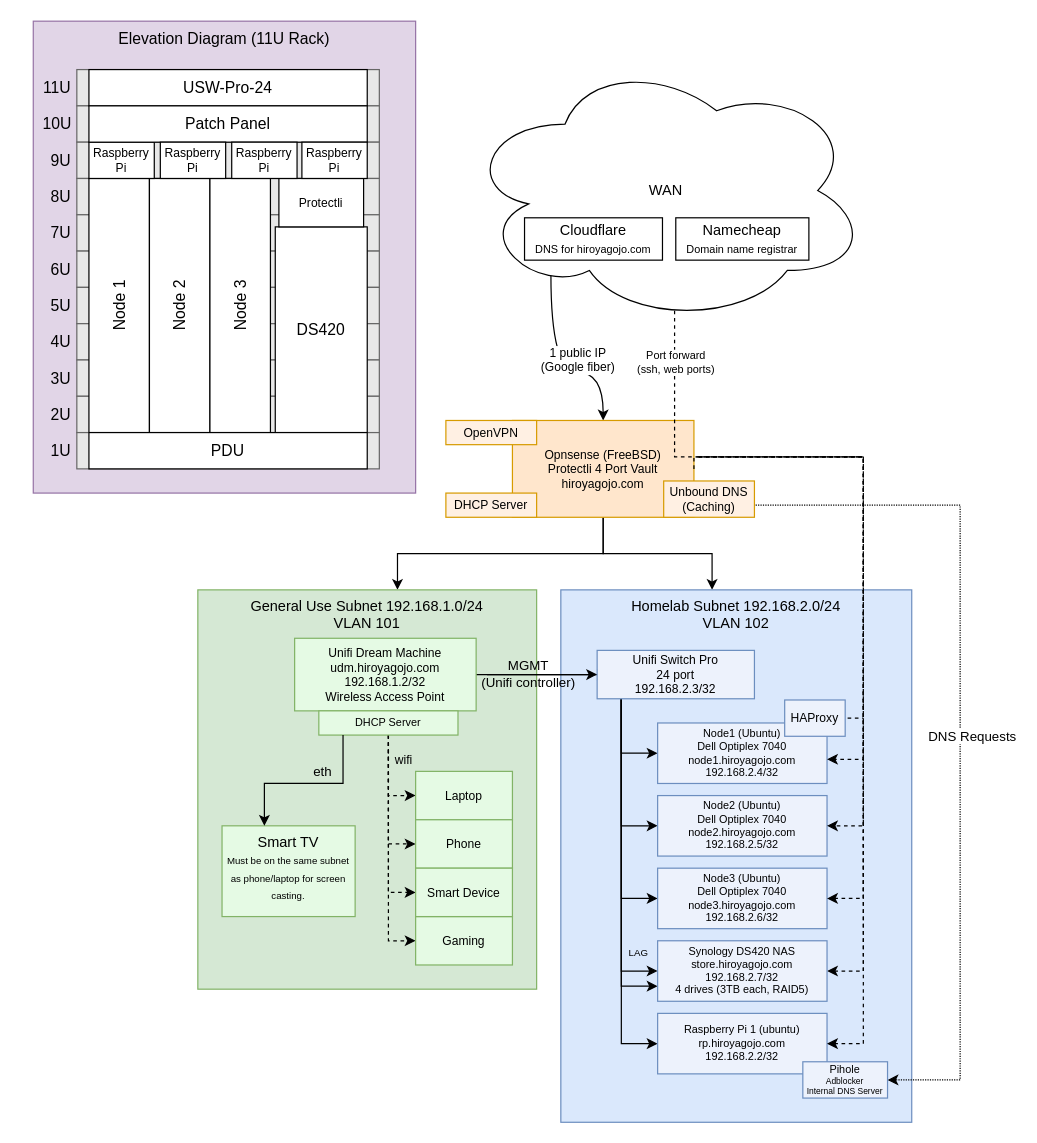
The draw.io diagram homelab.drawio in HiDoYa/homelab, before the edit. Source tidied: cells renumbered, new cells numbered last; positions are measured from the earlier drawing's top-left corner, leaving out a move shared by most shapes. Both pictures are drawn from the tidied source at 121%, with x=0, y=0 at pixel (21, 21).
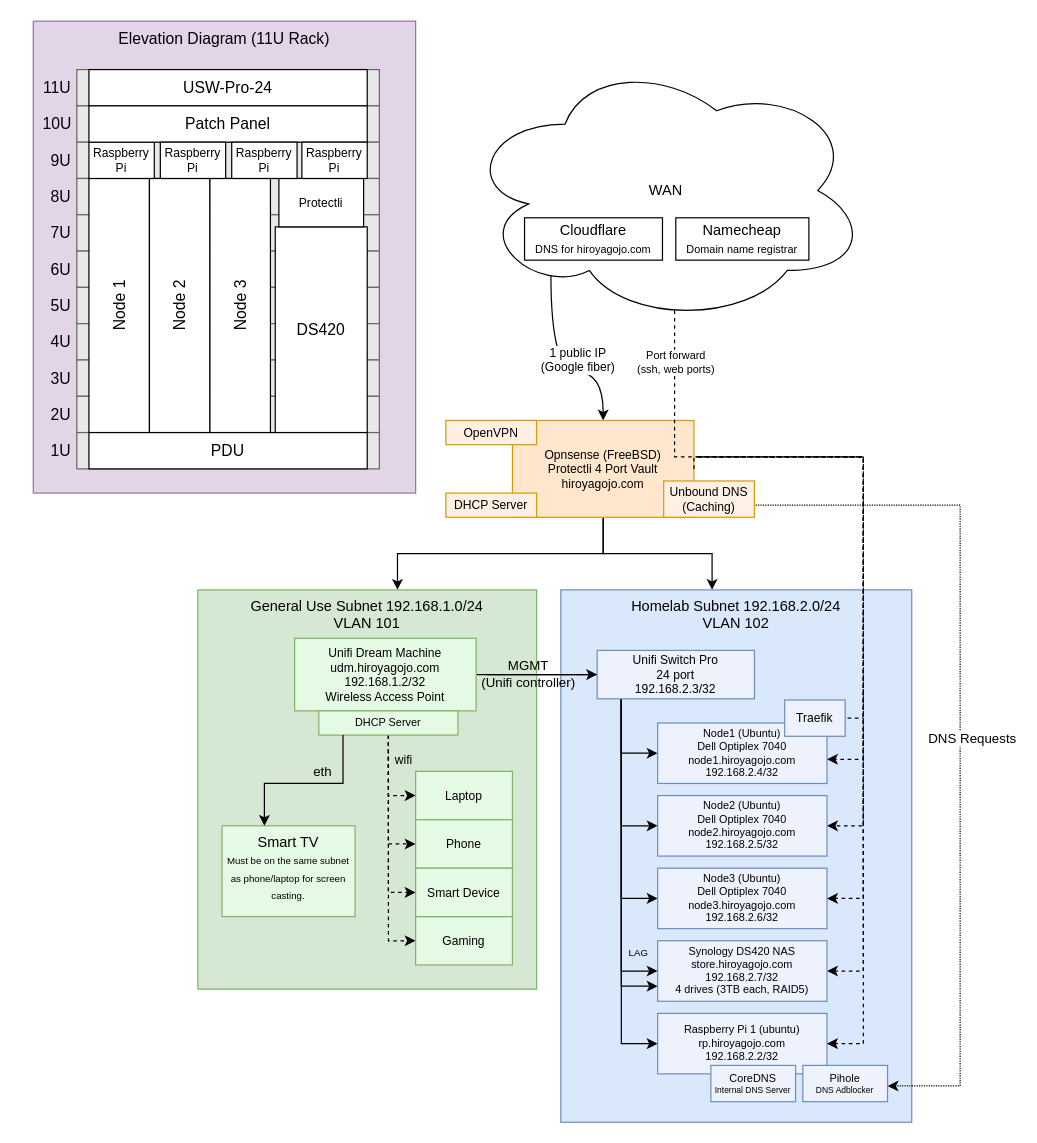
After the change.

The change refers to these unchanged cells:
```xml
<mxCell id="45" value="Unbound DNS&lt;br&gt;(Caching)" style="rounded=0;whiteSpace=wrap;html=1;fontSize=10;fillColor=#FFF0E3;strokeColor=#d79b00;" parent="1" vertex="1">
  <mxGeometry x="531" y="380" width="75" height="30" as="geometry" />
</mxCell>
```

What changed in the source:
```diff
@@
-    <mxCell id="18" value="DNS Requests" style="edgeStyle=orthogonalEdgeStyle;rounded=0;jettySize=auto;html=1;entryX=1;entryY=0.5;entryDx=0;entryDy=0;fontSize=11;exitX=1;exitY=0.5;exitDx=0;exitDy=0;dashed=1;dashPattern=1 1;" parent="1" edge="1" source="45" target="58">
+    <mxCell id="18" value="DNS Requests" style="edgeStyle=orthogonalEdgeStyle;rounded=0;jettySize=auto;html=1;fontSize=11;exitX=1;exitY=0.5;exitDx=0;exitDy=0;dashed=1;dashPattern=1 1;" parent="1" edge="1" source="45" target="58">
       <mxGeometry x="0.03" y="10" relative="1" as="geometry">
         <Array as="points">
+          <mxPoint x="606" y="400" />
           <mxPoint x="776" y="400" />
-          <mxPoint x="776" y="875" />
+          <mxPoint x="776" y="880" />
         </Array>
       </mxGeometry>
     </mxCell>
@@
-    <mxCell id="58" value="&lt;font style=&quot;&quot;&gt;&lt;font style=&quot;font-size: 9px;&quot;&gt;Pihole&lt;/font&gt;&lt;br style=&quot;&quot;&gt;&lt;/font&gt;&lt;font style=&quot;font-size: 7px;&quot;&gt;Adblocker&lt;br style=&quot;&quot;&gt;Internal DNS Server&lt;/font&gt;" style="rounded=0;whiteSpace=wrap;html=1;fontSize=6;fillColor=#EDF2FC;strokeColor=#6c8ebf;" parent="1" vertex="1">
-      <mxGeometry x="646" y="860" width="70" height="30" as="geometry" />
+    <mxCell id="58" value="&lt;font style=&quot;&quot;&gt;&lt;font style=&quot;font-size: 9px;&quot;&gt;Pihole&lt;/font&gt;&lt;br style=&quot;&quot;&gt;&lt;/font&gt;&lt;font style=&quot;font-size: 7px;&quot;&gt;DNS Adblocker&lt;br&gt;&lt;/font&gt;" style="rounded=0;whiteSpace=wrap;html=1;fontSize=6;fillColor=#EDF2FC;strokeColor=#6c8ebf;" parent="1" vertex="1">
+      <mxGeometry x="646" y="863" width="70" height="30" as="geometry" />
     </mxCell>
@@
-    <mxCell id="85" value="&lt;font size=&quot;1&quot;&gt;HAProxy&lt;/font&gt;" style="rounded=0;whiteSpace=wrap;html=1;fontSize=6;fillColor=#EDF2FC;strokeColor=#6c8ebf;" parent="1" vertex="1">
+    <mxCell id="85" value="&lt;font size=&quot;1&quot;&gt;Traefik&lt;/font&gt;" style="rounded=0;whiteSpace=wrap;html=1;fontSize=6;fillColor=#EDF2FC;strokeColor=#6c8ebf;" parent="1" vertex="1">
       <mxGeometry x="631" y="561" width="50" height="30" as="geometry" />
     </mxCell>
+    <mxCell id="86" value="&lt;font style=&quot;&quot;&gt;&lt;font style=&quot;font-size: 9px;&quot;&gt;CoreDNS&lt;/font&gt;&lt;br&gt;&lt;font style=&quot;font-size: 7px;&quot;&gt;Internal DNS Server&lt;/font&gt;&lt;/font&gt;" style="rounded=0;whiteSpace=wrap;html=1;fontSize=6;fillColor=#EDF2FC;strokeColor=#6c8ebf;" parent="1" vertex="1">
+      <mxGeometry x="570" y="863" width="70" height="30" as="geometry" />
+    </mxCell>
```
